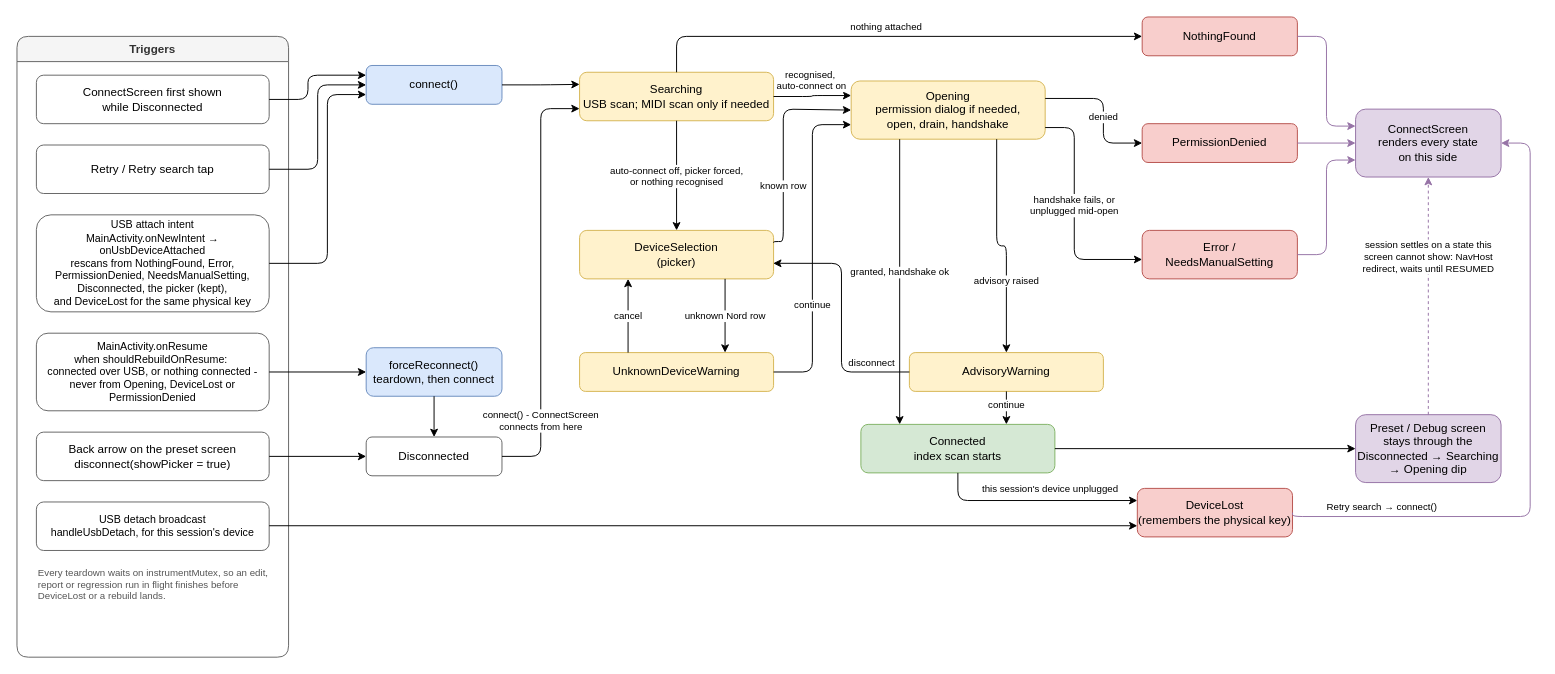
The draw.io diagram docs/usb_session.drawio in steinachim/patchpilot, before the edit. Source tidied: cells renumbered, new cells numbered last; positions are measured from the earlier drawing's top-left corner, leaving out a move shared by most shapes. Both pictures are drawn from the tidied source at 97%, with x=0, y=0 at pixel (16, 16).
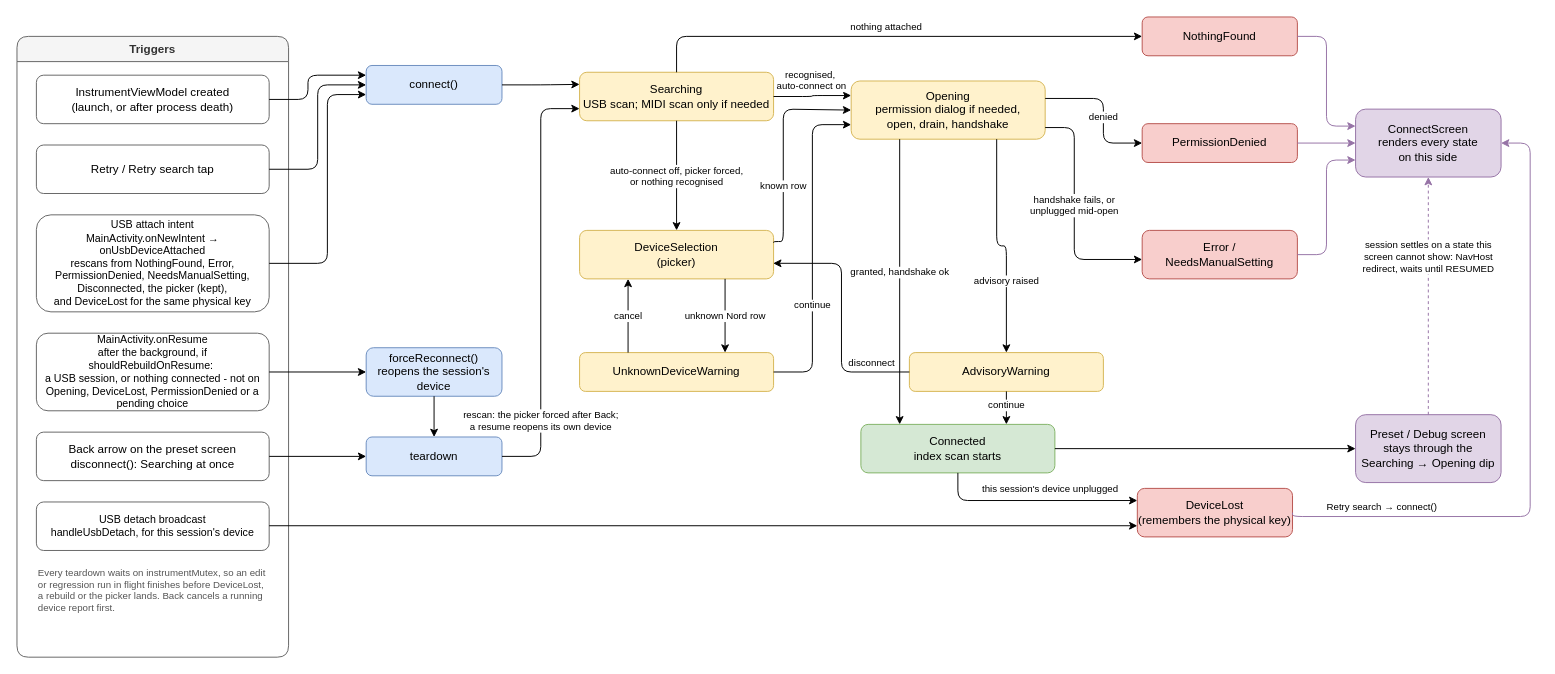
Above is the later version.

Unchanged cells that the change refers to:
```xml
<mxCell id="2" value="Triggers" style="swimlane;fontStyle=1;horizontal=1;startSize=26;fillColor=#f5f5f5;strokeColor=#666666;fontColor=#333333;rounded=1;" parent="1" vertex="1">
  <mxGeometry y="20" width="280" height="640" as="geometry" />
</mxCell>
<mxCell id="13" value="Searching&#10;USB scan; MIDI scan only if needed" style="rounded=1;whiteSpace=wrap;html=1;fillColor=#fff2cc;strokeColor=#d6b656;" parent="1" vertex="1">
  <mxGeometry x="580" y="57" width="200" height="50" as="geometry" />
</mxCell>
```

Change to the diagram source:
```diff
@@
-    <mxCell id="3" value="ConnectScreen first shown&#10;while Disconnected" style="rounded=1;whiteSpace=wrap;html=1;fillColor=#ffffff;strokeColor=#666666;" parent="2" vertex="1">
+    <mxCell id="3" value="InstrumentViewModel created&#10;(launch, or after process death)" style="rounded=1;whiteSpace=wrap;html=1;fillColor=#ffffff;strokeColor=#666666;" parent="2" vertex="1">
       <mxGeometry x="20" y="40" width="240" height="50" as="geometry" />
     </mxCell>
@@
-    <mxCell id="6" value="MainActivity.onResume&lt;br&gt;when shouldRebuildOnResume:&amp;nbsp;&lt;div&gt;connected over USB, or nothing connected - never from Opening, DeviceLost or PermissionDenied&lt;/div&gt;" style="rounded=1;whiteSpace=wrap;html=1;fillColor=#ffffff;strokeColor=#666666;fontSize=11;" parent="2" vertex="1">
+    <mxCell id="6" value="MainActivity.onResume&lt;br&gt;after the background, if shouldRebuildOnResume:&amp;nbsp;&lt;div&gt;a USB session, or nothing connected - not on Opening, DeviceLost, PermissionDenied or a pending choice&lt;/div&gt;" style="rounded=1;whiteSpace=wrap;html=1;fillColor=#ffffff;strokeColor=#666666;fontSize=11;" parent="2" vertex="1">
       <mxGeometry x="20" y="306" width="240" height="80" as="geometry" />
     </mxCell>
-    <mxCell id="7" value="Back arrow on the preset screen&#10;disconnect(showPicker = true)" style="rounded=1;whiteSpace=wrap;html=1;fillColor=#ffffff;strokeColor=#666666;" parent="2" vertex="1">
+    <mxCell id="7" value="Back arrow on the preset screen&#10;disconnect(): Searching at once" style="rounded=1;whiteSpace=wrap;html=1;fillColor=#ffffff;strokeColor=#666666;" parent="2" vertex="1">
       <mxGeometry x="20" y="408" width="240" height="50" as="geometry" />
     </mxCell>
@@
-    <mxCell id="9" value="Every teardown waits on instrumentMutex, so an edit, report or regression run in flight finishes before DeviceLost or a rebuild lands." style="text;html=1;whiteSpace=wrap;align=left;verticalAlign=top;fontSize=10;fontColor=#555555;" parent="2" vertex="1">
+    <mxCell id="9" value="Every teardown waits on instrumentMutex, so an edit or regression run in flight finishes before DeviceLost, a rebuild or the picker lands. Back cancels a running device report first." style="text;html=1;whiteSpace=wrap;align=left;verticalAlign=top;fontSize=10;fontColor=#555555;" parent="2" vertex="1">
       <mxGeometry x="20" y="541" width="240" height="50" as="geometry" />
     </mxCell>
@@
-    <mxCell id="11" value="forceReconnect()&#10;teardown, then connect" style="rounded=1;whiteSpace=wrap;html=1;fillColor=#dae8fc;strokeColor=#6c8ebf;" parent="1" vertex="1">
+    <mxCell id="11" value="forceReconnect()&#10;reopens the session's device" style="rounded=1;whiteSpace=wrap;html=1;fillColor=#dae8fc;strokeColor=#6c8ebf;" parent="1" vertex="1">
       <mxGeometry x="360" y="341" width="140" height="50" as="geometry" />
     </mxCell>
-    <mxCell id="12" value="Disconnected" style="rounded=1;whiteSpace=wrap;html=1;fillColor=#ffffff;strokeColor=#666666;" parent="1" vertex="1">
+    <mxCell id="12" value="teardown" style="rounded=1;whiteSpace=wrap;html=1;fillColor=#dae8fc;strokeColor=#6c8ebf;" parent="1" vertex="1">
       <mxGeometry x="360" y="433" width="140" height="40" as="geometry" />
     </mxCell>
@@
-    <mxCell id="24" value="Preset / Debug screen&#10;stays through the&#10;Disconnected → Searching&#10;→ Opening dip" style="rounded=1;whiteSpace=wrap;html=1;fillColor=#e1d5e7;strokeColor=#9673a6;" parent="1" vertex="1">
+    <mxCell id="24" value="Preset / Debug screen&#10;stays through the&#10;Searching → Opening dip" style="rounded=1;whiteSpace=wrap;html=1;fillColor=#e1d5e7;strokeColor=#9673a6;" parent="1" vertex="1">
       <mxGeometry x="1380" y="410" width="150" height="70" as="geometry" />
     </mxCell>
@@
-    <mxCell id="31" value="connect() - ConnectScreen&#10;connects from here" style="edgeStyle=orthogonalEdgeStyle;rounded=1;html=1;exitX=1;exitY=0.5;entryX=0;entryY=0.75;fontSize=10;labelBackgroundColor=#ffffff;" parent="1" edge="1" source="12" target="13">
+    <mxCell id="31" value="rescan: the picker forced after Back;&#10;a resume reopens its own device" style="edgeStyle=orthogonalEdgeStyle;rounded=1;html=1;exitX=1;exitY=0.5;entryX=0;entryY=0.75;fontSize=10;labelBackgroundColor=#ffffff;" parent="1" edge="1" source="12" target="13">
       <mxGeometry x="-0.65" relative="1" as="geometry">
         <Array as="points">
           <mxPoint x="540" y="453" />
           <mxPoint x="540" y="94.5" />
         </Array>
       </mxGeometry>
     </mxCell>
```
